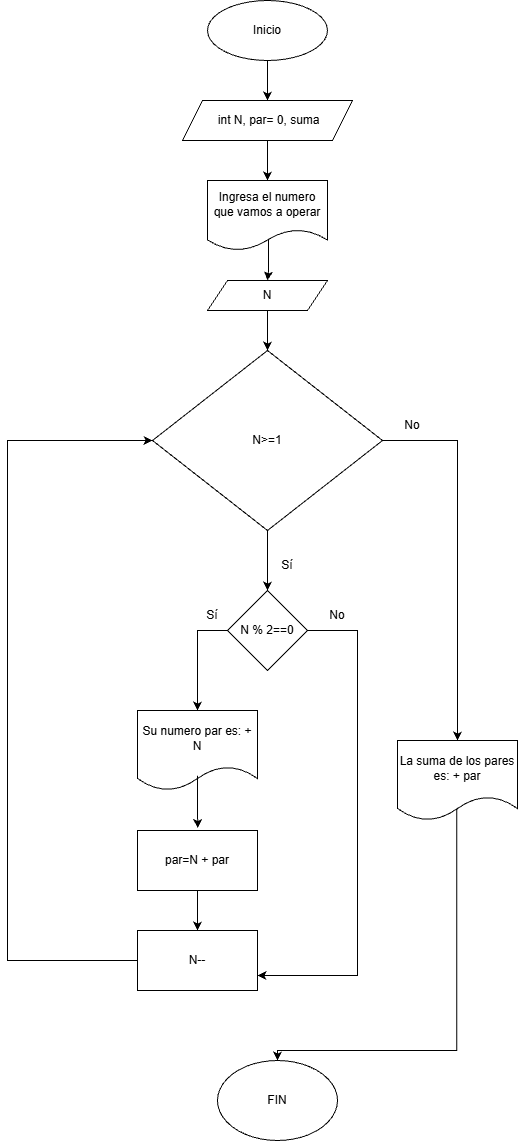
Earlier version of the draw.io export Ejercicios_while/Flujogramas/Flujograma_Ejercicio5.drawio.png (juanjo-guerra/FDP_Tarea). Source tidied: cells renumbered, new cells last; positions are measured from the earlier drawing's top-left corner, leaving out a move shared by most shapes.
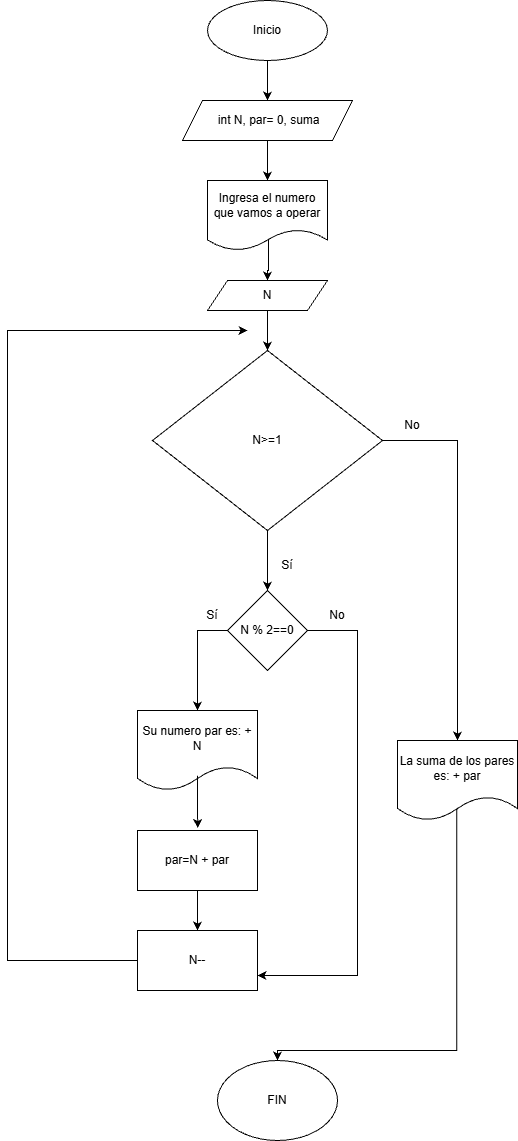
The same file after the commit.

The edit, as a diff of the source:
```diff
@@ -58,11 +58,12 @@
     <mxCell id="18" value="par=N + par" style="rounded=0;whiteSpace=wrap;html=1;" parent="1" vertex="1">
       <mxGeometry x="130" y="830" width="120" height="60" as="geometry" />
     </mxCell>
-    <mxCell id="19" style="edgeStyle=orthogonalEdgeStyle;rounded=0;jettySize=auto;html=1;entryX=0;entryY=0.5;entryDx=0;entryDy=0;" parent="1" edge="1" source="20" target="12">
+    <mxCell id="19" style="edgeStyle=orthogonalEdgeStyle;rounded=0;jettySize=auto;html=1;" parent="1" edge="1" source="20">
       <mxGeometry relative="1" as="geometry">
+        <mxPoint x="240" y="330" as="targetPoint" />
         <Array as="points">
           <mxPoint y="960" />
-          <mxPoint y="440" />
+          <mxPoint y="330" />
         </Array>
       </mxGeometry>
     </mxCell>
```
